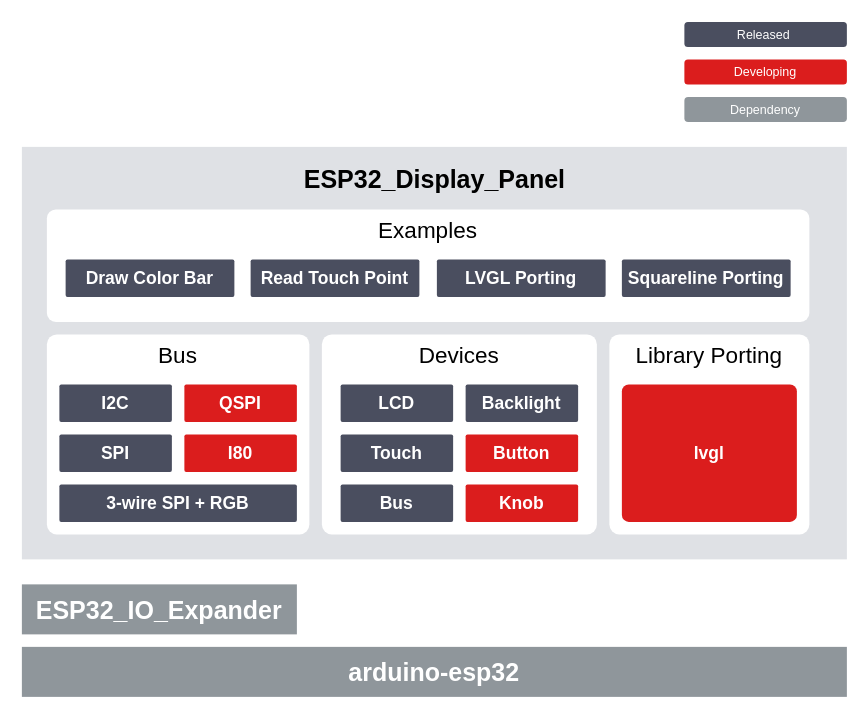
Before: docs/_static/block_diagram.drawio in esp-arduino-libs/ESP32_Display_Panel, a draw.io diagram. Source tidied: cells renumbered, new cells numbered last; positions are measured from the earlier drawing's top-left corner, leaving out a move shared by most shapes. Both pictures are drawn from the tidied source at 125%, with x=0, y=0 at pixel (21, 21).
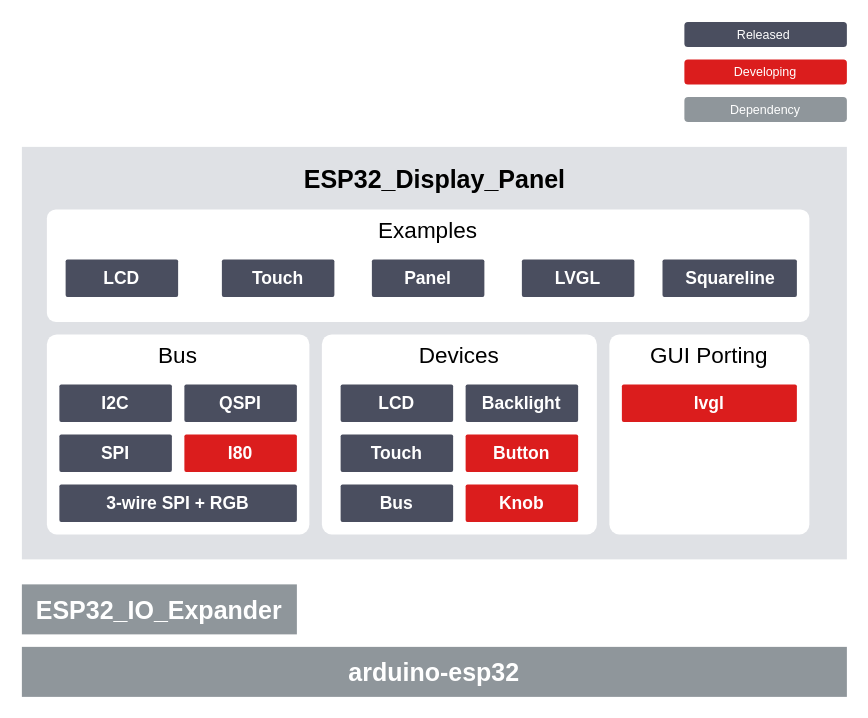
The same diagram, later.

Diff of the diagram source:
```diff
@@
-    <mxCell id="9" value="&lt;span style=&quot;font-size: 18px;&quot;&gt;Library Porting&lt;/span&gt;" style="rounded=1;whiteSpace=wrap;html=1;verticalAlign=top;fillColor=#FFFFFF;strokeColor=none;fontColor=#000000;fontSize=14;gradientColor=none;arcSize=5;strokeWidth=2;" parent="1" vertex="1">
+    <mxCell id="9" value="&lt;span style=&quot;font-size: 18px;&quot;&gt;GUI Porting&lt;/span&gt;" style="rounded=1;whiteSpace=wrap;html=1;verticalAlign=top;fillColor=#FFFFFF;strokeColor=none;fontColor=#000000;fontSize=14;gradientColor=none;arcSize=5;strokeWidth=2;" parent="1" vertex="1">
       <mxGeometry x="470" y="250" width="160" height="160" as="geometry" />
     </mxCell>
     <mxCell id="10" value="&lt;b&gt;&lt;font color=&quot;#ffffff&quot;&gt;lvgl&lt;/font&gt;&lt;/b&gt;" style="rounded=1;whiteSpace=wrap;html=1;verticalAlign=middle;fillColor=#DB1D1D;strokeColor=none;fontColor=#000000;fontSize=14;gradientColor=none;arcSize=5;strokeWidth=2;" parent="1" vertex="1">
-      <mxGeometry x="480" y="290" width="140" height="110" as="geometry" />
+      <mxGeometry x="480" y="290" width="140" height="30" as="geometry" />
     </mxCell>
@@
-    <mxCell id="12" value="&lt;b&gt;&lt;font color=&quot;#ffffff&quot;&gt;Draw Color Bar&lt;/font&gt;&lt;/b&gt;" style="rounded=1;whiteSpace=wrap;html=1;verticalAlign=middle;fillColor=#4A4E5F;strokeColor=none;fontColor=#000000;fontSize=14;gradientColor=none;arcSize=5;strokeWidth=2;" parent="1" vertex="1">
-      <mxGeometry x="35" y="190" width="135" height="30" as="geometry" />
+    <mxCell id="12" value="&lt;b&gt;&lt;font color=&quot;#ffffff&quot;&gt;LCD&lt;/font&gt;&lt;/b&gt;" style="rounded=1;whiteSpace=wrap;html=1;verticalAlign=middle;fillColor=#4A4E5F;strokeColor=none;fontColor=#000000;fontSize=14;gradientColor=none;arcSize=5;strokeWidth=2;" parent="1" vertex="1">
+      <mxGeometry x="35" y="190" width="90" height="30" as="geometry" />
     </mxCell>
-    <mxCell id="13" value="&lt;font color=&quot;#ffffff&quot;&gt;&lt;b&gt;Read Touch Point&lt;/b&gt;&lt;/font&gt;" style="rounded=1;whiteSpace=wrap;html=1;verticalAlign=middle;fillColor=#4A4E5F;strokeColor=none;fontColor=#000000;fontSize=14;gradientColor=none;arcSize=5;strokeWidth=2;" parent="1" vertex="1">
-      <mxGeometry x="183" y="190" width="135" height="30" as="geometry" />
+    <mxCell id="13" value="&lt;font color=&quot;#ffffff&quot;&gt;&lt;b&gt;Touch&lt;/b&gt;&lt;/font&gt;" style="rounded=1;whiteSpace=wrap;html=1;verticalAlign=middle;fillColor=#4A4E5F;strokeColor=none;fontColor=#000000;fontSize=14;gradientColor=none;arcSize=5;strokeWidth=2;" parent="1" vertex="1">
+      <mxGeometry x="160" y="190" width="90" height="30" as="geometry" />
     </mxCell>
-    <mxCell id="14" value="&lt;font color=&quot;#ffffff&quot;&gt;&lt;b&gt;LVGL Porting&lt;/b&gt;&lt;/font&gt;" style="rounded=1;whiteSpace=wrap;html=1;verticalAlign=middle;fillColor=#4A4E5F;strokeColor=none;fontColor=#000000;fontSize=14;gradientColor=none;arcSize=5;strokeWidth=2;" parent="1" vertex="1">
-      <mxGeometry x="332" y="190" width="135" height="30" as="geometry" />
-    </mxCell>
-    <mxCell id="15" value="&lt;font color=&quot;#ffffff&quot;&gt;&lt;b&gt;Squareline&amp;nbsp;&lt;/b&gt;&lt;/font&gt;&lt;b style=&quot;color: rgb(255, 255, 255);&quot;&gt;Porting&lt;/b&gt;" style="rounded=1;whiteSpace=wrap;html=1;verticalAlign=middle;fillColor=#4A4E5F;strokeColor=none;fontColor=#000000;fontSize=14;gradientColor=none;arcSize=5;strokeWidth=2;" parent="1" vertex="1">
-      <mxGeometry x="480" y="190" width="135" height="30" as="geometry" />
+    <mxCell id="15" value="&lt;font color=&quot;#ffffff&quot;&gt;&lt;b&gt;Squareline&lt;/b&gt;&lt;/font&gt;" style="rounded=1;whiteSpace=wrap;html=1;verticalAlign=middle;fillColor=#4A4E5F;strokeColor=none;fontColor=#000000;fontSize=14;gradientColor=none;arcSize=5;strokeWidth=2;" parent="1" vertex="1">
+      <mxGeometry x="512.5" y="190" width="107.5" height="30" as="geometry" />
     </mxCell>
@@
-    <mxCell id="24" style="group;" parent="1" vertex="1">
-      <mxGeometry x="310" y="90" width="210" height="160" as="geometry" />
-    </mxCell>
-    <mxCell id="25" style="group;" parent="24" vertex="1">
-      <mxGeometry width="210" height="160" as="geometry" />
-    </mxCell>
+    <mxCell id="33" value="&lt;font color=&quot;#ffffff&quot;&gt;&lt;b&gt;Panel&lt;/b&gt;&lt;/font&gt;" style="rounded=1;whiteSpace=wrap;html=1;verticalAlign=middle;fillColor=#4A4E5F;strokeColor=none;fontColor=#000000;fontSize=14;gradientColor=none;arcSize=5;strokeWidth=2;" parent="1" vertex="1">
+      <mxGeometry x="280" y="190" width="90" height="30" as="geometry" />
+    </mxCell>
-    <mxCell id="26" style="group;" parent="25" vertex="1">
-      <mxGeometry x="-290" y="160" width="210" height="160" as="geometry" />
+    <mxCell id="26" style="group;" parent="1" vertex="1">
+      <mxGeometry x="20" y="250" width="210" height="160" as="geometry" />
     </mxCell>
@@
-    <mxCell id="31" value="&lt;b&gt;&lt;font color=&quot;#ffffff&quot;&gt;QSPI&lt;/font&gt;&lt;/b&gt;" style="rounded=1;whiteSpace=wrap;html=1;verticalAlign=middle;fillColor=#DB1D1D;strokeColor=none;fontColor=#000000;fontSize=14;gradientColor=none;arcSize=5;strokeWidth=2;" parent="26" vertex="1">
+    <mxCell id="31" value="&lt;b&gt;&lt;font color=&quot;#ffffff&quot;&gt;QSPI&lt;/font&gt;&lt;/b&gt;" style="rounded=1;whiteSpace=wrap;html=1;verticalAlign=middle;fillColor=#4A4E5F;strokeColor=none;fontColor=#000000;fontSize=14;gradientColor=none;arcSize=5;strokeWidth=2;" parent="26" vertex="1">
       <mxGeometry x="110" y="40" width="90" height="30" as="geometry" />
     </mxCell>
@@
+    <mxCell id="14" value="&lt;font color=&quot;#ffffff&quot;&gt;&lt;b&gt;LVGL&lt;/b&gt;&lt;/font&gt;" style="rounded=1;whiteSpace=wrap;html=1;verticalAlign=middle;fillColor=#4A4E5F;strokeColor=none;fontColor=#000000;fontSize=14;gradientColor=none;arcSize=5;strokeWidth=2;" parent="1" vertex="1">
+      <mxGeometry x="400" y="190" width="90" height="30" as="geometry" />
+    </mxCell>
```
